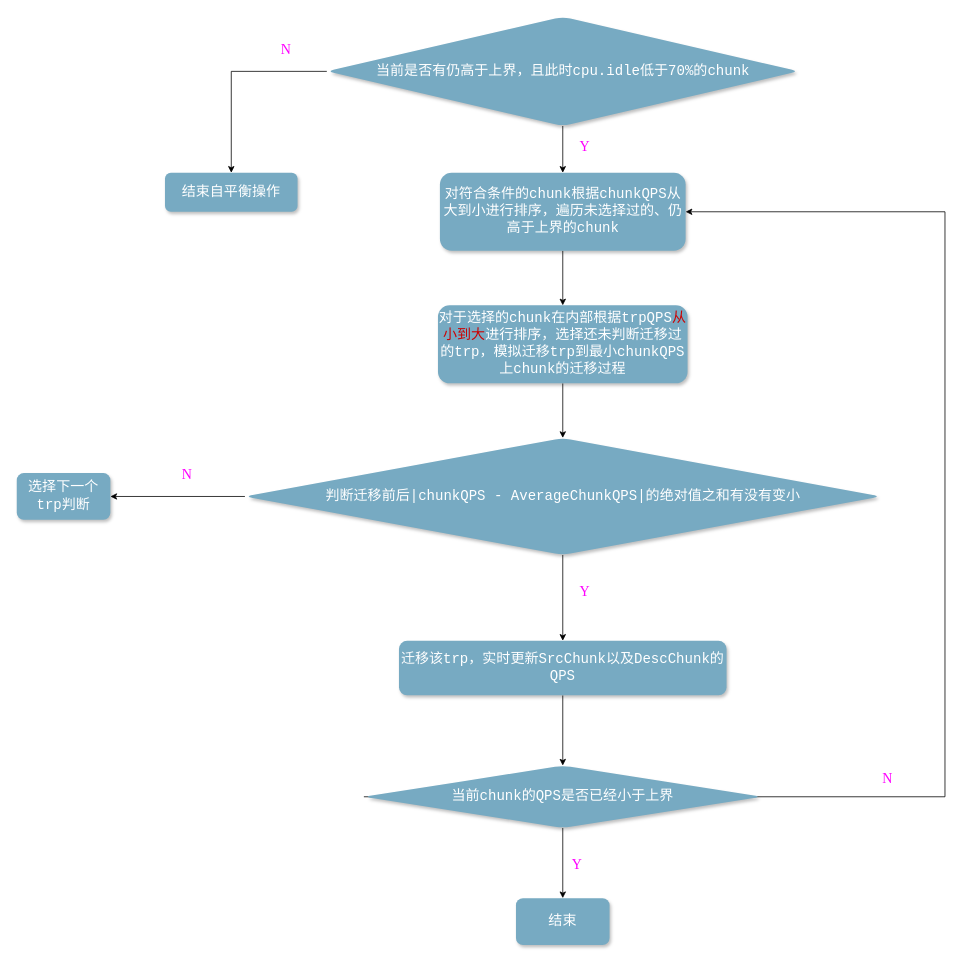
This is page "自平衡2" (4 of 16) of Untitled Diagram.drawio from SoraNimi/lbs-master, a draw.io file, before an edit. Source tidied: cells renumbered, new cells numbered last; positions are measured from the earlier drawing's top-left corner, leaving out a move shared by most shapes. Both pictures are drawn from the tidied source at 78%, with x=0, y=0 at pixel (16, 16).
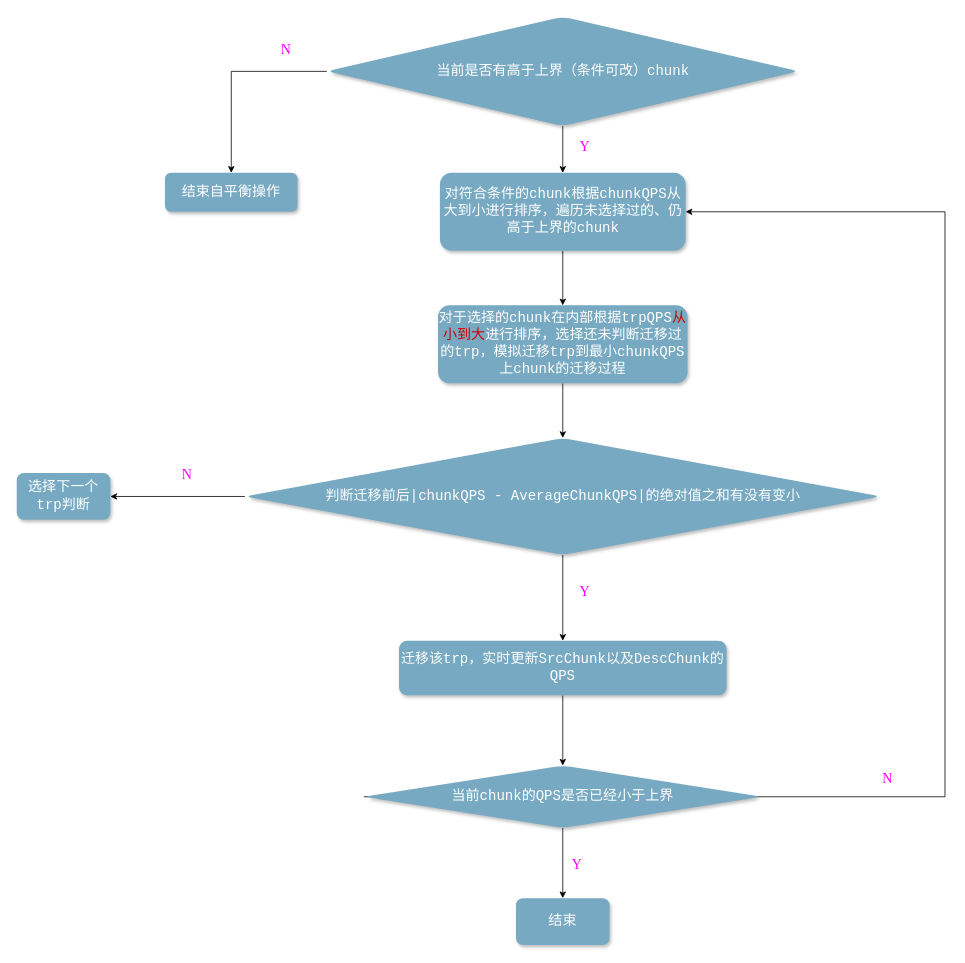
After the change.

Change to the diagram source:
```diff
@@
-    <mxCell id="6" value="&lt;font style=&quot;font-size: 18px&quot;&gt;当前是否有仍高于上界，且此时cpu.idle低于70%的chunk&lt;/font&gt;" style="rhombus;whiteSpace=wrap;html=1;fontFamily=Courier New;fillColor=#77aac2;strokeColor=none;fontColor=#FFFFFF;rounded=1;shadow=1;glass=0;comic=0;gradientColor=none;" parent="1" vertex="1">
+    <mxCell id="6" value="&lt;font style=&quot;font-size: 18px&quot;&gt;当前是否有高于上界（条件可改）chunk&lt;/font&gt;" style="rhombus;whiteSpace=wrap;html=1;fontFamily=Courier New;fillColor=#77aac2;strokeColor=none;fontColor=#FFFFFF;rounded=1;shadow=1;glass=0;comic=0;gradientColor=none;" parent="1" vertex="1">
       <mxGeometry x="397.5" width="605" height="140" as="geometry" />
     </mxCell>
```
